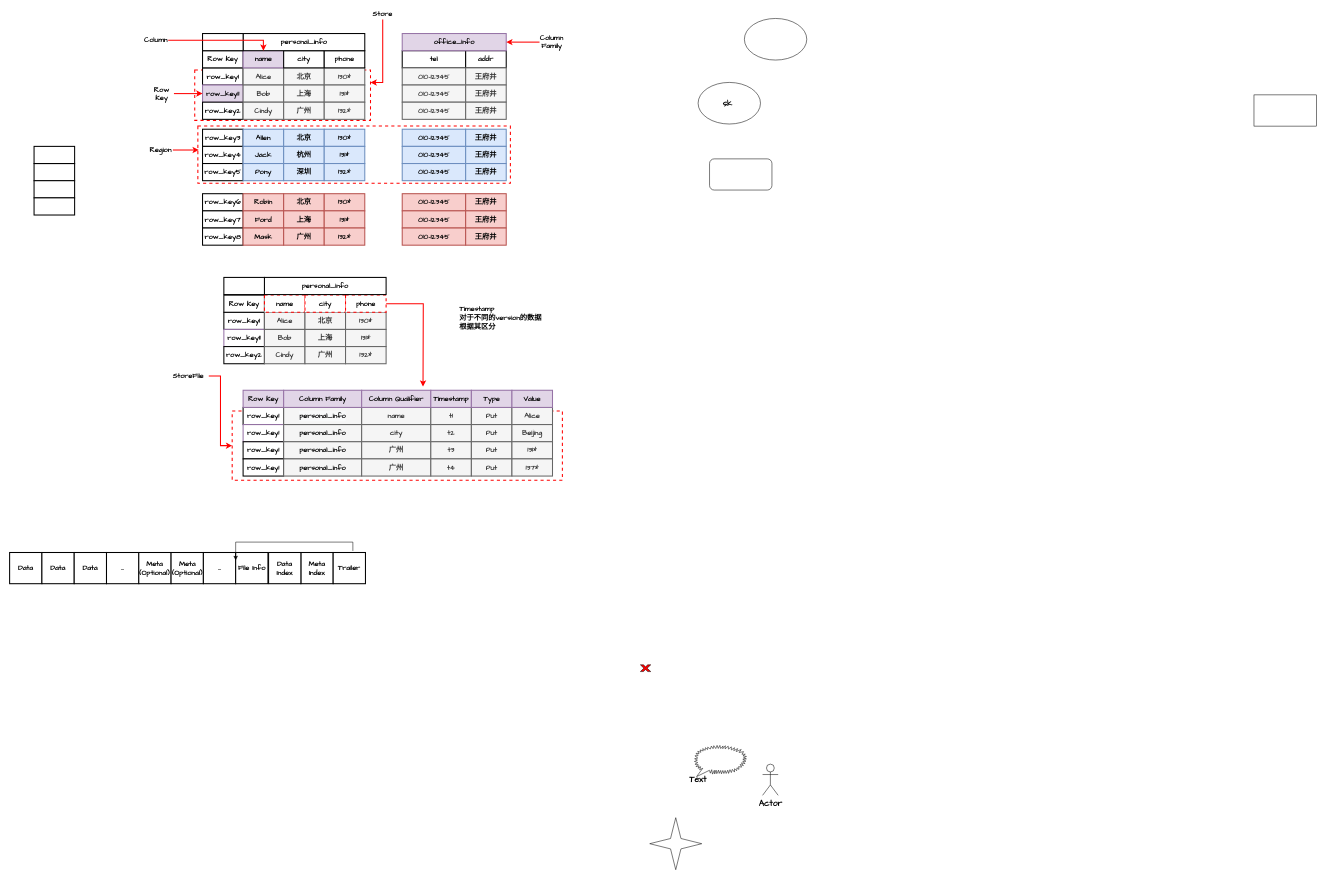
Earlier version of the draw.io diagram src/main/leetcode_manuscripts/draw_io/hbase_test_1.drawio (wat1r/geek-algorithm-leetcode). Source tidied: cells renumbered, new cells numbered last; positions are measured from the earlier drawing's top-left corner, leaving out a move shared by most shapes. Both pictures are drawn from the tidied source at 52%, with x=0, y=0 at pixel (9, 9).
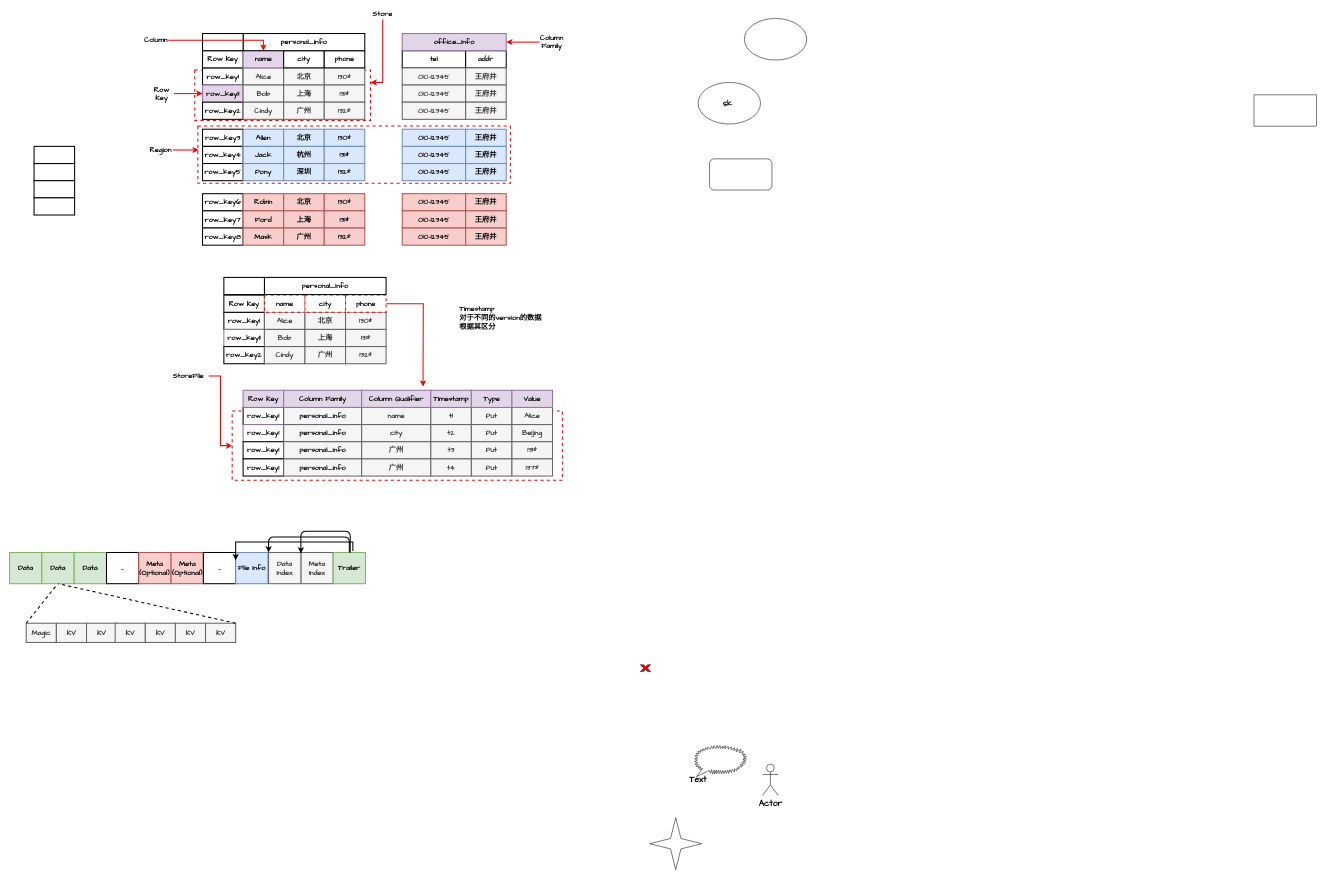
The same page after the edit.

Commit message:
binary tree

Change to the diagram source:
```diff
@@
-    <mxCell id="143" value="Data" style="rounded=0;whiteSpace=wrap;html=1;strokeWidth=2;fontFamily=Comic Sans MS;fontStyle=1;fontSize=14;" parent="1" vertex="1">
+    <mxCell id="143" value="Data" style="rounded=0;whiteSpace=wrap;html=1;strokeWidth=2;fontFamily=Comic Sans MS;fontStyle=1;fontSize=14;fillColor=#d5e8d4;strokeColor=#82b366;" parent="1" vertex="1">
       <mxGeometry y="1045" width="62.1" height="60" as="geometry" />
     </mxCell>
-    <mxCell id="144" value="Data" style="rounded=0;whiteSpace=wrap;html=1;strokeWidth=2;fontFamily=Comic Sans MS;fontStyle=1;fontSize=14;" parent="1" vertex="1">
+    <mxCell id="144" value="Data" style="rounded=0;whiteSpace=wrap;html=1;strokeWidth=2;fontFamily=Comic Sans MS;fontStyle=1;fontSize=14;fillColor=#d5e8d4;strokeColor=#82b366;" parent="1" vertex="1">
       <mxGeometry x="62.1" y="1045" width="62.1" height="60" as="geometry" />
     </mxCell>
-    <mxCell id="145" value="Data" style="rounded=0;whiteSpace=wrap;html=1;strokeWidth=2;fontFamily=Comic Sans MS;fontStyle=1;fontSize=14;" parent="1" vertex="1">
+    <mxCell id="145" value="Data" style="rounded=0;whiteSpace=wrap;html=1;strokeWidth=2;fontFamily=Comic Sans MS;fontStyle=1;fontSize=14;fillColor=#d5e8d4;strokeColor=#82b366;" parent="1" vertex="1">
       <mxGeometry x="124.2" y="1045" width="62.1" height="60" as="geometry" />
     </mxCell>
@@
-    <mxCell id="147" value="Meta&lt;br&gt;(Optional)" style="rounded=0;whiteSpace=wrap;html=1;strokeWidth=2;fontFamily=Comic Sans MS;fontStyle=1;fontSize=14;" parent="1" vertex="1">
+    <mxCell id="147" value="Meta&lt;br&gt;(Optional)" style="rounded=0;whiteSpace=wrap;html=1;strokeWidth=2;fontFamily=Comic Sans MS;fontStyle=1;fontSize=14;fillColor=#f8cecc;strokeColor=#b85450;" parent="1" vertex="1">
       <mxGeometry x="248.4" y="1045" width="62.1" height="60" as="geometry" />
     </mxCell>
-    <mxCell id="148" value="Meta&lt;br&gt;(Optional)" style="rounded=0;whiteSpace=wrap;html=1;strokeWidth=2;fontFamily=Comic Sans MS;fontStyle=1;fontSize=14;" parent="1" vertex="1">
+    <mxCell id="148" value="Meta&lt;br&gt;(Optional)" style="rounded=0;whiteSpace=wrap;html=1;strokeWidth=2;fontFamily=Comic Sans MS;fontStyle=1;fontSize=14;fillColor=#f8cecc;strokeColor=#b85450;" parent="1" vertex="1">
       <mxGeometry x="310.5" y="1045" width="62.1" height="60" as="geometry" />
     </mxCell>
@@
-    <mxCell id="150" value="File Info" style="rounded=0;whiteSpace=wrap;html=1;strokeWidth=2;fontFamily=Comic Sans MS;fontStyle=1;fontSize=14;" parent="1" vertex="1">
+    <mxCell id="150" value="File Info" style="rounded=0;whiteSpace=wrap;html=1;strokeWidth=2;fontFamily=Comic Sans MS;fontStyle=1;fontSize=14;fillColor=#dae8fc;strokeColor=#6c8ebf;" parent="1" vertex="1">
       <mxGeometry x="434.7" y="1045" width="62.1" height="60" as="geometry" />
     </mxCell>
-    <mxCell id="151" style="edgeStyle=orthogonalEdgeStyle;rounded=0;jettySize=auto;html=1;exitX=0.61;exitY=-0.05;exitDx=0;exitDy=0;entryX=0;entryY=0.25;entryDx=0;entryDy=0;exitPerimeter=0;" parent="1" edge="1" source="153" target="150">
+    <mxCell id="151" style="edgeStyle=orthogonalEdgeStyle;rounded=0;jettySize=auto;html=1;exitX=0.61;exitY=-0.05;exitDx=0;exitDy=0;entryX=0;entryY=0.25;entryDx=0;entryDy=0;exitPerimeter=0;strokeWidth=2;" parent="1" edge="1" source="153" target="150">
       <mxGeometry relative="1" as="geometry">
         <Array as="points">
           <mxPoint x="660" y="1025" />
           <mxPoint x="435" y="1025" />
         </Array>
       </mxGeometry>
     </mxCell>
-    <mxCell id="152" value="Meta&lt;br&gt;Index" style="rounded=0;whiteSpace=wrap;html=1;strokeWidth=2;fontFamily=Comic Sans MS;fontStyle=1;fontSize=14;" parent="1" vertex="1">
+    <mxCell id="152" value="Meta&lt;br&gt;Index" style="rounded=0;whiteSpace=wrap;html=1;strokeWidth=2;fontFamily=Comic Sans MS;fontStyle=1;fontSize=14;fillColor=#f5f5f5;strokeColor=#666666;fontColor=#333333;" parent="1" vertex="1">
       <mxGeometry x="560.1" y="1045" width="62.1" height="60" as="geometry" />
     </mxCell>
-    <mxCell id="153" value="Trailer" style="rounded=0;whiteSpace=wrap;html=1;strokeWidth=2;fontFamily=Comic Sans MS;fontStyle=1;fontSize=14;" parent="1" vertex="1">
+    <mxCell id="153" value="Trailer" style="rounded=0;whiteSpace=wrap;html=1;strokeWidth=2;fontFamily=Comic Sans MS;fontStyle=1;fontSize=14;fillColor=#d5e8d4;strokeColor=#82b366;" parent="1" vertex="1">
       <mxGeometry x="622.2" y="1045" width="62.1" height="60" as="geometry" />
     </mxCell>
-    <mxCell id="154" value="Data&lt;br&gt;Index" style="rounded=0;whiteSpace=wrap;html=1;strokeWidth=2;fontFamily=Comic Sans MS;fontStyle=1;fontSize=14;" parent="1" vertex="1">
+    <mxCell id="154" value="Data&lt;br&gt;Index" style="rounded=0;whiteSpace=wrap;html=1;strokeWidth=2;fontFamily=Comic Sans MS;fontStyle=1;fontSize=14;fillColor=#f5f5f5;strokeColor=#666666;fontColor=#333333;" parent="1" vertex="1">
       <mxGeometry x="498" y="1045" width="62.1" height="60" as="geometry" />
     </mxCell>
+    <mxCell id="155" value="Magic" style="rounded=0;whiteSpace=wrap;html=1;strokeWidth=2;fontFamily=Comic Sans MS;fontStyle=1;fontSize=14;fillColor=#f5f5f5;strokeColor=#666666;fontColor=#333333;" parent="1" vertex="1">
+      <mxGeometry x="31.9" y="1181" width="58" height="37" as="geometry" />
+    </mxCell>
+    <mxCell id="156" value="KV" style="rounded=0;whiteSpace=wrap;html=1;strokeWidth=2;fontFamily=Comic Sans MS;fontStyle=1;fontSize=14;fillColor=#f5f5f5;strokeColor=#666666;fontColor=#333333;" parent="1" vertex="1">
+      <mxGeometry x="89.9" y="1181" width="58" height="37" as="geometry" />
+    </mxCell>
+    <mxCell id="157" value="KV" style="rounded=0;whiteSpace=wrap;html=1;strokeWidth=2;fontFamily=Comic Sans MS;fontStyle=1;fontSize=14;fillColor=#f5f5f5;strokeColor=#666666;fontColor=#333333;" parent="1" vertex="1">
+      <mxGeometry x="147.9" y="1181" width="58" height="37" as="geometry" />
+    </mxCell>
+    <mxCell id="158" value="KV" style="rounded=0;whiteSpace=wrap;html=1;strokeWidth=2;fontFamily=Comic Sans MS;fontStyle=1;fontSize=14;fillColor=#f5f5f5;strokeColor=#666666;fontColor=#333333;" parent="1" vertex="1">
+      <mxGeometry x="202.9" y="1181" width="58" height="37" as="geometry" />
+    </mxCell>
+    <mxCell id="159" value="KV" style="rounded=0;whiteSpace=wrap;html=1;strokeWidth=2;fontFamily=Comic Sans MS;fontStyle=1;fontSize=14;fillColor=#f5f5f5;strokeColor=#666666;fontColor=#333333;" parent="1" vertex="1">
+      <mxGeometry x="260.9" y="1181" width="58" height="37" as="geometry" />
+    </mxCell>
+    <mxCell id="160" value="KV" style="rounded=0;whiteSpace=wrap;html=1;strokeWidth=2;fontFamily=Comic Sans MS;fontStyle=1;fontSize=14;fillColor=#f5f5f5;strokeColor=#666666;fontColor=#333333;" parent="1" vertex="1">
+      <mxGeometry x="318.7" y="1181" width="58" height="37" as="geometry" />
+    </mxCell>
+    <mxCell id="161" value="KV" style="rounded=0;whiteSpace=wrap;html=1;strokeWidth=2;fontFamily=Comic Sans MS;fontStyle=1;fontSize=14;fillColor=#f5f5f5;strokeColor=#666666;fontColor=#333333;" parent="1" vertex="1">
+      <mxGeometry x="376.7" y="1181" width="58" height="37" as="geometry" />
+    </mxCell>
+    <mxCell id="162" style="endArrow=none;dashed=1;html=1;exitX=0;exitY=0;exitDx=0;exitDy=0;strokeWidth=2;" parent="1" edge="1" source="155">
+      <mxGeometry relative="1" as="geometry">
+        <mxPoint x="91" y="1107" as="targetPoint" />
+      </mxGeometry>
+    </mxCell>
+    <mxCell id="163" style="endArrow=none;dashed=1;html=1;entryX=0.5;entryY=1;entryDx=0;entryDy=0;exitX=1;exitY=0;exitDx=0;exitDy=0;strokeWidth=2;" parent="1" edge="1" source="161" target="144">
+      <mxGeometry relative="1" as="geometry" />
+    </mxCell>
+    <mxCell id="164" style="endArrow=classic;html=1;strokeWidth=2;edgeStyle=orthogonalEdgeStyle;entryX=0;entryY=0;entryDx=0;entryDy=0;exitX=0.5;exitY=0;exitDx=0;exitDy=0;" parent="1" edge="1" source="153" target="154">
+      <mxGeometry relative="1" as="geometry">
+        <Array as="points">
+          <mxPoint x="653" y="1015" />
+          <mxPoint x="498" y="1015" />
+        </Array>
+      </mxGeometry>
+    </mxCell>
+    <mxCell id="165" style="endArrow=classic;html=1;strokeWidth=2;edgeStyle=orthogonalEdgeStyle;entryX=0;entryY=0;entryDx=0;entryDy=0;" parent="1" edge="1">
+      <mxGeometry relative="1" as="geometry">
+        <mxPoint x="655" y="1040" as="sourcePoint" />
+        <mxPoint x="560.1" y="1047" as="targetPoint" />
+        <Array as="points">
+          <mxPoint x="655" y="1047" />
+          <mxPoint x="655" y="1004" />
+          <mxPoint x="560" y="1004" />
+        </Array>
+      </mxGeometry>
+    </mxCell>
```
